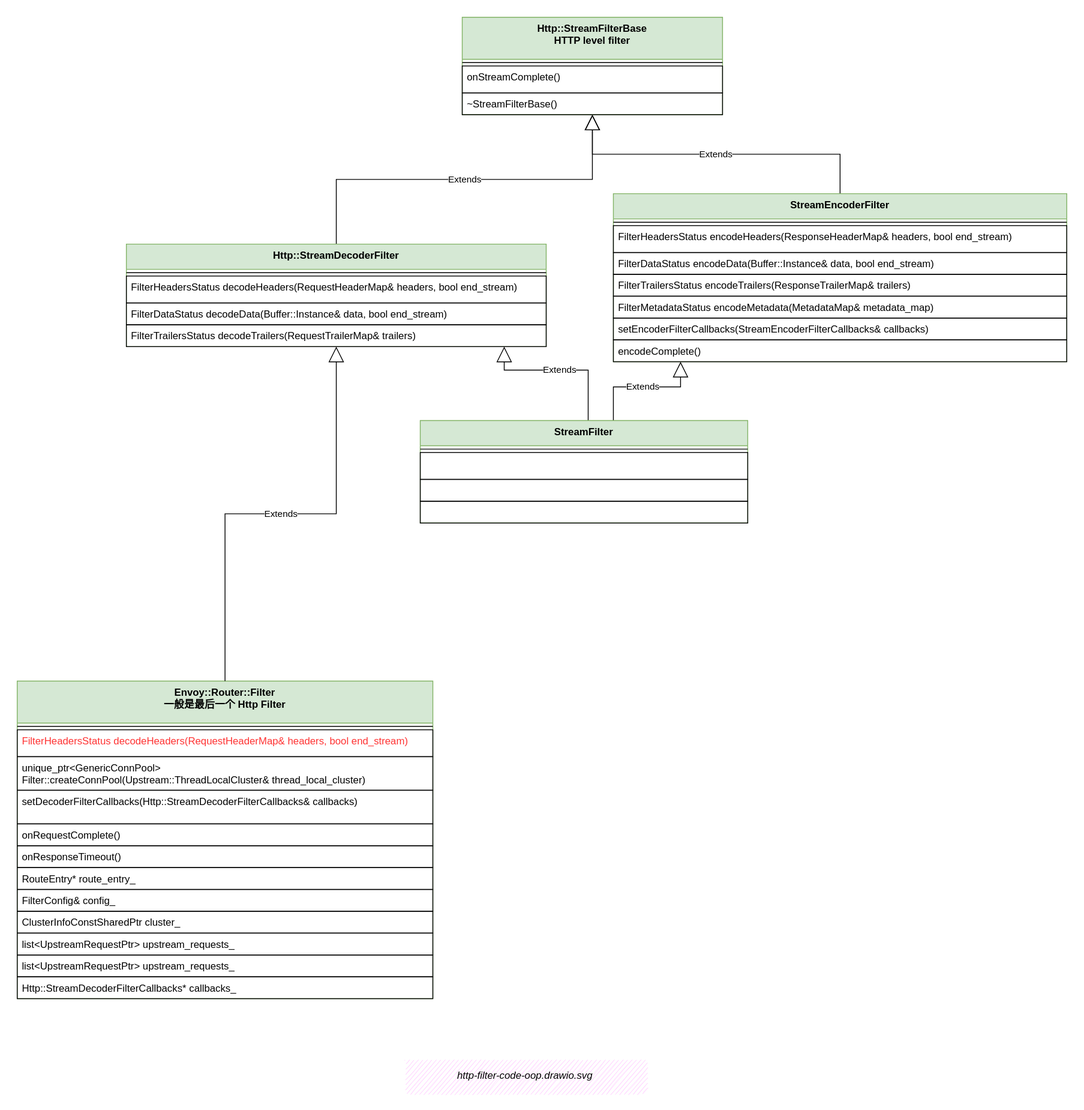
labilezhu/istio-insider keeps this draw.io diagram as docs/source/ch2-envoy/arch/http/http-connection-manager/http-connection-manager.assets/http-filter-code-oop.drawio.svg. Above is the earlier version. Source tidied: cells renumbered, new cells last; positions are measured from the earlier drawing's top-left corner, leaving out a move shared by most shapes.
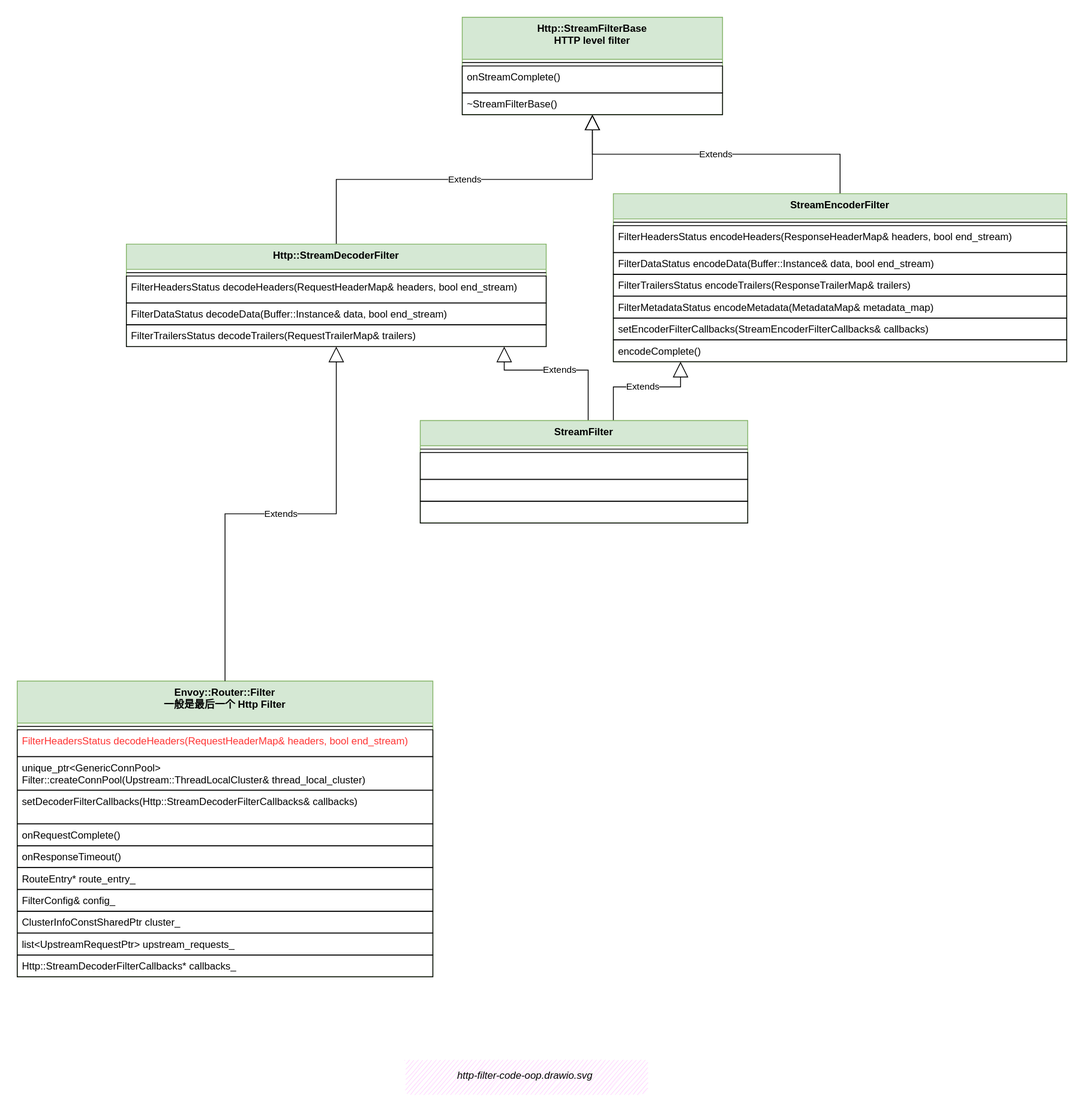
Above is the later version.

The edit, as a diff of the source:
```diff
@@ -84,7 +84,7 @@
       <mxGeometry y="96" width="390" height="26" as="geometry" />
     </mxCell>
     <mxCell id="25" value="Envoy::Router::Filter&#10;一般是最后一个 Http Filter" style="swimlane;fontStyle=1;align=center;verticalAlign=top;horizontal=1;startSize=50;fillColor=#d5e8d4;strokeColor=#82b366;" parent="1" vertex="1">
-      <mxGeometry y="790" width="495" height="378" as="geometry" />
+      <mxGeometry y="790" width="495" height="352" as="geometry" />
     </mxCell>
     <mxCell id="26" style="line;strokeWidth=1;fillColor=none;align=left;verticalAlign=middle;spacingTop=-1;spacingLeft=3;spacingRight=3;labelPosition=right;" parent="25" vertex="1">
       <mxGeometry y="50" width="495" height="8" as="geometry" />
@@ -116,12 +116,9 @@
     <mxCell id="35" value="list&lt;UpstreamRequestPtr&gt; upstream_requests_" style="text;fillColor=none;align=left;verticalAlign=top;spacingLeft=4;spacingRight=4;overflow=hidden;strokeColor=#000000;" parent="25" vertex="1">
       <mxGeometry y="300" width="495" height="26" as="geometry" />
     </mxCell>
-    <mxCell id="36" value="list&lt;UpstreamRequestPtr&gt; upstream_requests_" style="text;fillColor=none;align=left;verticalAlign=top;spacingLeft=4;spacingRight=4;overflow=hidden;strokeColor=#000000;" parent="25" vertex="1">
+    <mxCell id="36" value="Http::StreamDecoderFilterCallbacks* callbacks_" style="text;fillColor=none;align=left;verticalAlign=top;spacingLeft=4;spacingRight=4;overflow=hidden;strokeColor=#000000;" parent="25" vertex="1">
       <mxGeometry y="326" width="495" height="26" as="geometry" />
     </mxCell>
-    <mxCell id="37" value="Http::StreamDecoderFilterCallbacks* callbacks_" style="text;fillColor=none;align=left;verticalAlign=top;spacingLeft=4;spacingRight=4;overflow=hidden;strokeColor=#000000;" parent="25" vertex="1">
-      <mxGeometry y="352" width="495" height="26" as="geometry" />
-    </mxCell>
     <mxCell id="38" value="Extends" style="endArrow=block;endSize=16;endFill=0;html=1;rounded=0;edgeStyle=orthogonalEdgeStyle;" parent="1" edge="1" source="25" target="7">
       <mxGeometry relative="1" as="geometry" />
     </mxCell>
```
